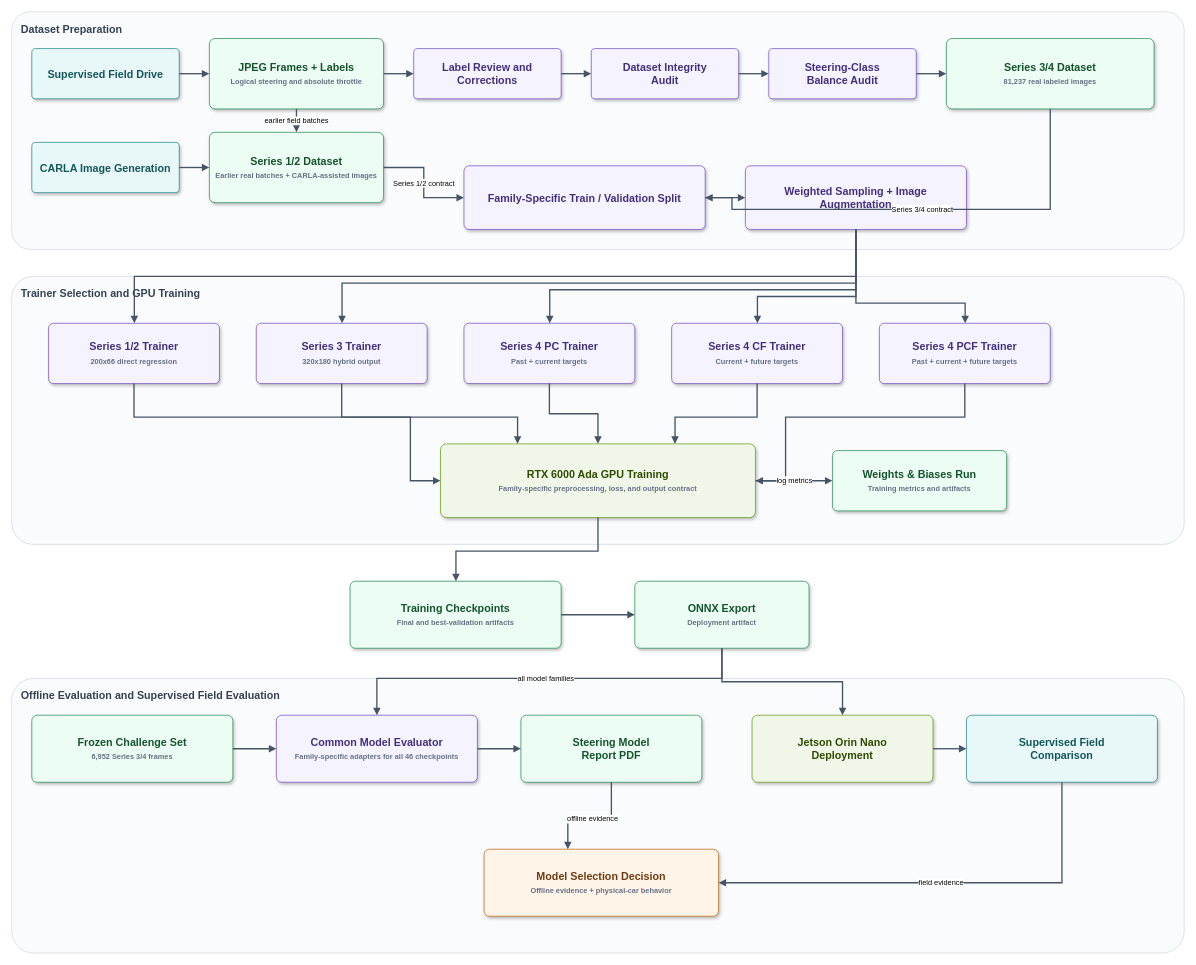
The draw.io diagram docs/site/assets/diagrams/training-evaluation.drawio in RamCodesBetter/SidewalkPilot, before the edit. Source tidied: cells renumbered, new cells numbered last; positions are measured from the earlier drawing's top-left corner, leaving out a move shared by most shapes. Both pictures are drawn from the tidied source at 67%, with x=0, y=0 at pixel (11, 11).
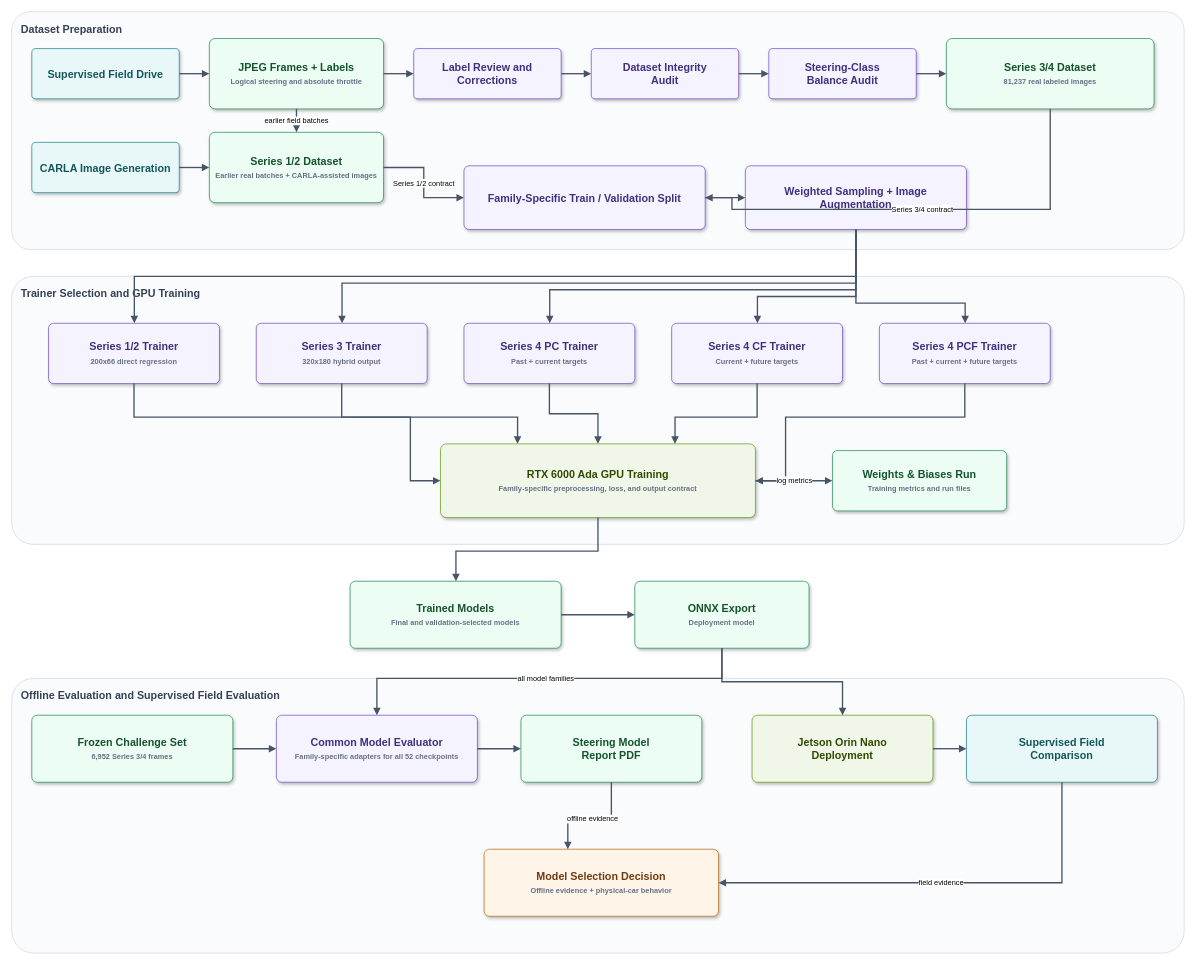
After the change.

Diff of the diagram source:
```diff
@@
-    <mxCell id="21" value="Weights &amp;amp; Biases Run&lt;br&gt;&lt;font style=&quot;font-size:11px;color:#667085&quot;&gt;Training metrics and artifacts&lt;/font&gt;" style="rounded=1;whiteSpace=wrap;html=1;arcSize=8;shadow=1;fillColor=#ECFDF3;strokeColor=#16834A;fontColor=#14532D;fontFamily=Arial;fontSize=16;fontStyle=1;verticalAlign=middle;spacing=8;" parent="1" vertex="1">
+    <mxCell id="21" value="Weights &amp; Biases Run&lt;br&gt;&lt;font style=&quot;font-size:11px;color:#667085&quot;&gt;Training metrics and run files&lt;/font&gt;" style="rounded=1;whiteSpace=wrap;html=1;arcSize=8;shadow=1;fillColor=#ECFDF3;strokeColor=#16834A;fontColor=#14532D;fontFamily=Arial;fontSize=16;fontStyle=1;verticalAlign=middle;spacing=8;" parent="1" vertex="1">
       <mxGeometry x="1225" y="655" width="260" height="90" as="geometry" />
     </mxCell>
-    <mxCell id="22" value="Training Checkpoints&lt;br&gt;&lt;font style=&quot;font-size:11px;color:#667085&quot;&gt;Final and best-validation artifacts&lt;/font&gt;" style="rounded=1;whiteSpace=wrap;html=1;arcSize=8;shadow=1;fillColor=#ECFDF3;strokeColor=#16834A;fontColor=#14532D;fontFamily=Arial;fontSize=16;fontStyle=1;verticalAlign=middle;spacing=8;" parent="1" vertex="1">
+    <mxCell id="22" value="Trained Models&lt;br&gt;&lt;font style=&quot;font-size:11px;color:#667085&quot;&gt;Final and validation-selected models&lt;/font&gt;" style="rounded=1;whiteSpace=wrap;html=1;arcSize=8;shadow=1;fillColor=#ECFDF3;strokeColor=#16834A;fontColor=#14532D;fontFamily=Arial;fontSize=16;fontStyle=1;verticalAlign=middle;spacing=8;" parent="1" vertex="1">
       <mxGeometry x="505" y="850" width="315" height="100" as="geometry" />
     </mxCell>
-    <mxCell id="23" value="ONNX Export&lt;br&gt;&lt;font style=&quot;font-size:11px;color:#667085&quot;&gt;Deployment artifact&lt;/font&gt;" style="rounded=1;whiteSpace=wrap;html=1;arcSize=8;shadow=1;fillColor=#ECFDF3;strokeColor=#16834A;fontColor=#14532D;fontFamily=Arial;fontSize=16;fontStyle=1;verticalAlign=middle;spacing=8;" parent="1" vertex="1">
+    <mxCell id="23" value="ONNX Export&lt;br&gt;&lt;font style=&quot;font-size:11px;color:#667085&quot;&gt;Deployment model&lt;/font&gt;" style="rounded=1;whiteSpace=wrap;html=1;arcSize=8;shadow=1;fillColor=#ECFDF3;strokeColor=#16834A;fontColor=#14532D;fontFamily=Arial;fontSize=16;fontStyle=1;verticalAlign=middle;spacing=8;" parent="1" vertex="1">
       <mxGeometry x="930" y="850" width="260" height="100" as="geometry" />
     </mxCell>
@@
-    <mxCell id="25" value="Common Model Evaluator&lt;br&gt;&lt;font style=&quot;font-size:11px;color:#667085&quot;&gt;Family-specific adapters for all 46 checkpoints&lt;/font&gt;" style="rounded=1;whiteSpace=wrap;html=1;arcSize=8;shadow=1;fillColor=#F4F3FF;strokeColor=#6941C6;fontColor=#42307D;fontFamily=Arial;fontSize=16;fontStyle=1;verticalAlign=middle;spacing=8;" parent="1" vertex="1">
+    <mxCell id="25" value="Common Model Evaluator&lt;br&gt;&lt;font style=&quot;font-size:11px;color:#667085&quot;&gt;Family-specific adapters for all 52 checkpoints&lt;/font&gt;" style="rounded=1;whiteSpace=wrap;html=1;arcSize=8;shadow=1;fillColor=#F4F3FF;strokeColor=#6941C6;fontColor=#42307D;fontFamily=Arial;fontSize=16;fontStyle=1;verticalAlign=middle;spacing=8;" parent="1" vertex="1">
       <mxGeometry x="395" y="1050" width="300" height="100" as="geometry" />
     </mxCell>
```
